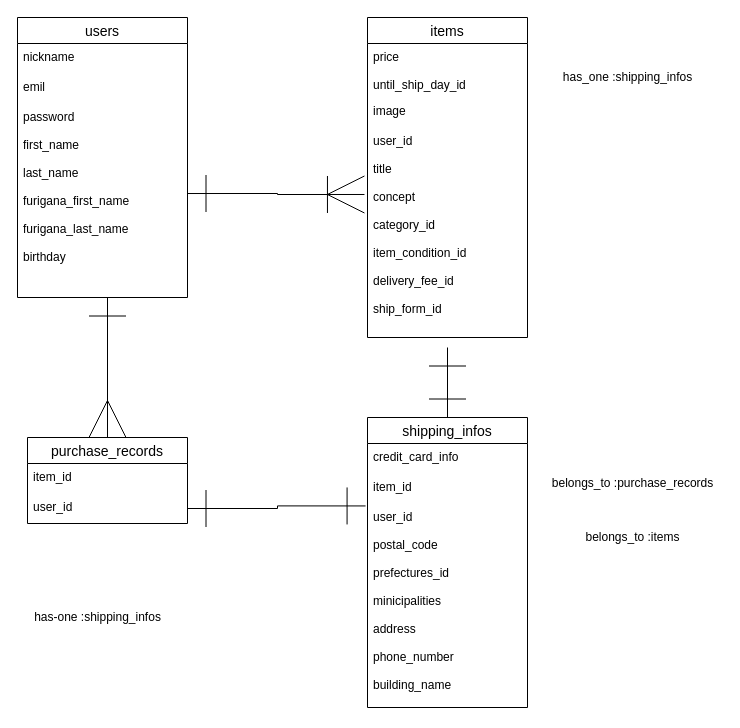
Earlier version of the draw.io diagram ER.dio (kobakoba1/furima-34300). Source tidied: cells renumbered, new cells numbered last; positions are measured from the earlier drawing's top-left corner, leaving out a move shared by most shapes. Both pictures are drawn from the tidied source at 100%, with x=0, y=0 at pixel (17, 17).
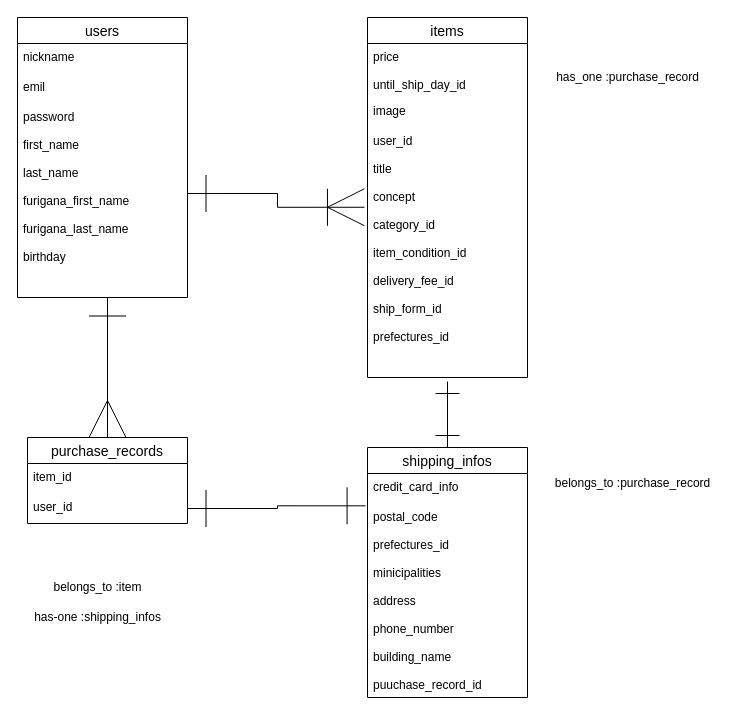
The same diagram, later.

Diff of the diagram source:
```diff
@@
     <mxCell id="6" value="items" style="swimlane;fontStyle=0;horizontal=1;startSize=26;align=center;fontSize=14;" parent="1" vertex="1">
-      <mxGeometry x="350" width="160" height="320" as="geometry" />
+      <mxGeometry x="350" width="160" height="360" as="geometry" />
     </mxCell>
@@
-    <mxCell id="9" value="user_id&#10;&#10;title&#10;&#10;concept&#10;&#10;category_id&#10;&#10;item_condition_id&#10;&#10;delivery_fee_id&#10;&#10;ship_form_id&#10;" style="text;strokeColor=none;fillColor=none;spacingLeft=4;spacingRight=4;overflow=hidden;points=[[0,0.5],[1,0.5]];portConstraint=eastwest;fontSize=12;" parent="6" vertex="1">
-      <mxGeometry y="110" width="160" height="210" as="geometry" />
+    <mxCell id="9" value="user_id&#10;&#10;title&#10;&#10;concept&#10;&#10;category_id&#10;&#10;item_condition_id&#10;&#10;delivery_fee_id&#10;&#10;ship_form_id&#10;&#10;prefectures_id" style="text;strokeColor=none;fillColor=none;spacingLeft=4;spacingRight=4;overflow=hidden;points=[[0,0.5],[1,0.5]];portConstraint=eastwest;fontSize=12;" parent="6" vertex="1">
+      <mxGeometry y="110" width="160" height="250" as="geometry" />
     </mxCell>
@@
-    <mxCell id="14" style="edgeStyle=orthogonalEdgeStyle;rounded=0;jettySize=auto;html=1;startArrow=ERone;startFill=0;endArrow=ERone;endFill=0;startSize=35;endSize=35;sourcePerimeterSpacing=17;targetPerimeterSpacing=33;exitX=0.5;exitY=0;exitDx=0;exitDy=0;" parent="1" edge="1" source="15">
-      <mxGeometry relative="1" as="geometry">
-        <mxPoint x="430" y="330" as="targetPoint" />
-      </mxGeometry>
-    </mxCell>
+    <mxCell id="25" style="edgeStyle=orthogonalEdgeStyle;rounded=0;jettySize=auto;html=1;exitX=0.5;exitY=0;exitDx=0;exitDy=0;entryX=0.5;entryY=1.016;entryDx=0;entryDy=0;entryPerimeter=0;startArrow=ERone;startFill=0;endArrow=ERone;endFill=0;startSize=22;endSize=22;sourcePerimeterSpacing=17;targetPerimeterSpacing=17;" parent="1" edge="1" source="15" target="9">
+      <mxGeometry relative="1" as="geometry" />
+    </mxCell>
     <mxCell id="15" value="shipping_infos" style="swimlane;fontStyle=0;horizontal=1;startSize=26;align=center;fontSize=14;" parent="1" vertex="1">
-      <mxGeometry x="350" y="400" width="160" height="290" as="geometry" />
+      <mxGeometry x="350" y="430" width="160" height="250" as="geometry" />
     </mxCell>
-    <mxCell id="16" value="credit_card_info" style="text;strokeColor=none;fillColor=none;spacingLeft=4;spacingRight=4;overflow=hidden;fontSize=12;" parent="15" vertex="1">
+    <mxCell id="16" value="credit_card_info&#10;&#10;" style="text;strokeColor=none;fillColor=none;spacingLeft=4;spacingRight=4;overflow=hidden;fontSize=12;" parent="15" vertex="1">
       <mxGeometry y="26" width="160" height="30" as="geometry" />
     </mxCell>
-    <mxCell id="17" value="item_id" style="text;strokeColor=none;fillColor=none;spacingLeft=4;spacingRight=4;overflow=hidden;fontSize=12;" parent="15" vertex="1">
-      <mxGeometry y="56" width="160" height="30" as="geometry" />
-    </mxCell>
-    <mxCell id="18" value="user_id&#10;&#10;postal_code&#10;&#10;prefectures_id&#10;&#10;minicipalities&#10;&#10;address&#10;&#10;phone_number&#10;&#10;building_name" style="text;strokeColor=none;fillColor=none;spacingLeft=4;spacingRight=4;overflow=hidden;points=[[0,0.5],[1,0.5]];portConstraint=eastwest;fontSize=12;" parent="15" vertex="1">
-      <mxGeometry y="86" width="160" height="204" as="geometry" />
+    <mxCell id="18" value="postal_code&#10;&#10;prefectures_id&#10;&#10;minicipalities&#10;&#10;address&#10;&#10;phone_number&#10;&#10;building_name&#10;&#10;puuchase_record_id" style="text;strokeColor=none;fillColor=none;spacingLeft=4;spacingRight=4;overflow=hidden;points=[[0,0.5],[1,0.5]];portConstraint=eastwest;fontSize=12;" parent="15" vertex="1">
+      <mxGeometry y="56" width="160" height="194" as="geometry" />
     </mxCell>
@@
-    <mxCell id="20" value="belongs_to :purchase_records" style="text;html=1;align=center;verticalAlign=middle;strokeColor=none;" parent="1" vertex="1">
-      <mxGeometry x="525" y="456" width="180" height="20" as="geometry" />
+    <mxCell id="20" value="belongs_to :purchase_record" style="text;html=1;align=center;verticalAlign=middle;strokeColor=none;" parent="1" vertex="1">
+      <mxGeometry x="530" y="456" width="170" height="20" as="geometry" />
     </mxCell>
@@
-    <mxCell id="22" value="has_one :shipping_infos" style="text;html=1;align=center;verticalAlign=middle;strokeColor=none;" parent="1" vertex="1">
-      <mxGeometry x="540" y="50" width="140" height="20" as="geometry" />
+    <mxCell id="22" value="has_one :purchase_record" style="text;html=1;align=center;verticalAlign=middle;strokeColor=none;" parent="1" vertex="1">
+      <mxGeometry x="530" y="50" width="160" height="20" as="geometry" />
     </mxCell>
-    <mxCell id="23" value="belongs_to :items" style="text;html=1;align=center;verticalAlign=middle;strokeColor=none;" parent="1" vertex="1">
-      <mxGeometry x="560" y="510" width="110" height="20" as="geometry" />
-    </mxCell>
@@
+    <mxCell id="26" value="belongs_to :item" style="text;html=1;align=center;verticalAlign=middle;strokeColor=none;" parent="1" vertex="1">
+      <mxGeometry x="30" y="560" width="100" height="20" as="geometry" />
+    </mxCell>
```
